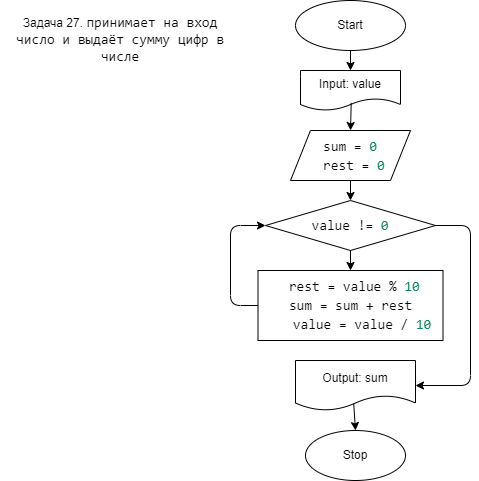
The draw.io diagram Task_27/diagram.drawio.png in kononovaele/HomeTask_4, before a commit. Source tidied: cells renumbered, new cells last; positions are measured from the earlier drawing's top-left corner, leaving out a move shared by most shapes.
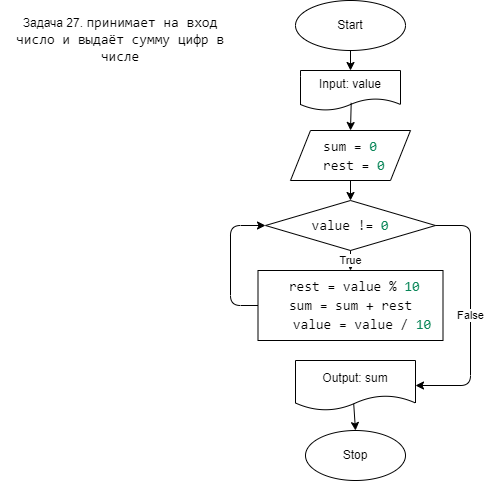
After the commit.

Commit message:
add block-schema task-777ы

The edit, as a diff of the source:
```diff
@@ -35,10 +35,10 @@
     <mxCell id="12" style="endArrow=classic;html=1;exitX=0.5;exitY=1;exitDx=0;exitDy=0;entryX=0.5;entryY=0;entryDx=0;entryDy=0;" parent="1" edge="1" source="6" target="7">
       <mxGeometry relative="1" as="geometry" />
     </mxCell>
-    <mxCell id="13" style="endArrow=classic;html=1;exitX=0.5;exitY=1;exitDx=0;exitDy=0;" parent="1" edge="1" source="7" target="8">
+    <mxCell id="13" value="True" style="endArrow=classic;html=1;exitX=0.5;exitY=1;exitDx=0;exitDy=0;" parent="1" edge="1" source="7" target="8">
       <mxGeometry relative="1" as="geometry" />
     </mxCell>
-    <mxCell id="14" style="endArrow=classic;html=1;exitX=1;exitY=0.5;exitDx=0;exitDy=0;entryX=1;entryY=0.5;entryDx=0;entryDy=0;" parent="1" edge="1" source="7" target="9">
+    <mxCell id="14" value="False" style="endArrow=classic;html=1;exitX=1;exitY=0.5;exitDx=0;exitDy=0;entryX=1;entryY=0.5;entryDx=0;entryDy=0;" parent="1" edge="1" source="7" target="9">
       <mxGeometry relative="1" as="geometry">
         <Array as="points">
           <mxPoint x="470" y="225" />
```
